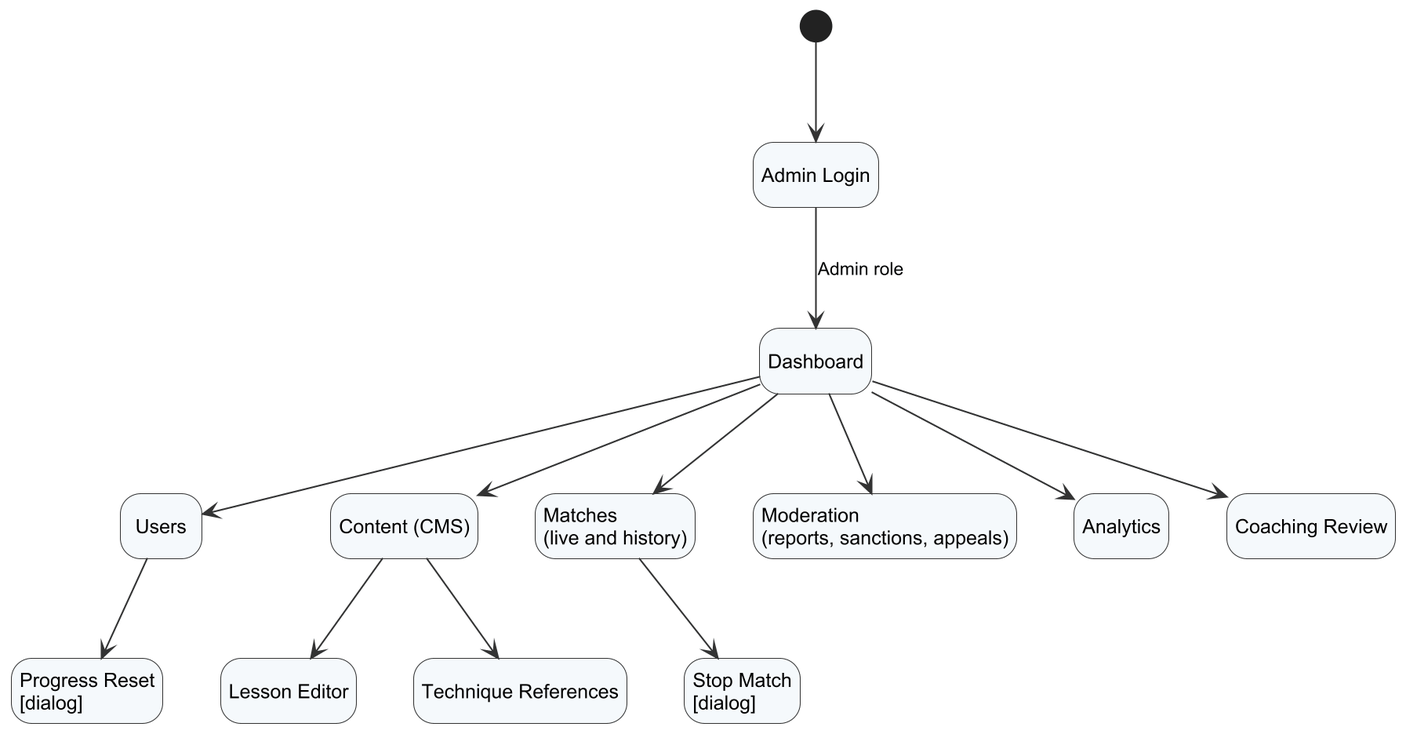
Above: Doc/Project_report/Report/diagrams/png/r3_screenflow_admin.png in Tad-Min/PickleVerse (PlantUML), before the change. The source it was exported from:
```plantuml
@startuml r3_screenflow_admin
!include _style.iuml
hide empty description
state "Admin Login" as Login
state "Dashboard" as Dash
state "Users" as Users
state "Progress Reset\n[dialog]" as Reset
state "Content (CMS)" as CMS
state "Lesson Editor" as Lesson
state "Technique References" as Refs
state "Matches\n(live and history)" as Matches
state "Stop Match\n[dialog]" as Stop
state "Moderation\n(reports, sanctions, appeals)" as Mod
state "Analytics" as Analytics
state "Coaching Review" as Coach
[*] --> Login
Login --> Dash : Admin role
Dash --> Users
Users --> Reset
Dash --> CMS
CMS --> Lesson
CMS --> Refs
Dash --> Matches
Matches --> Stop
Dash --> Mod
Dash --> Analytics
Dash --> Coach
@enduml
```
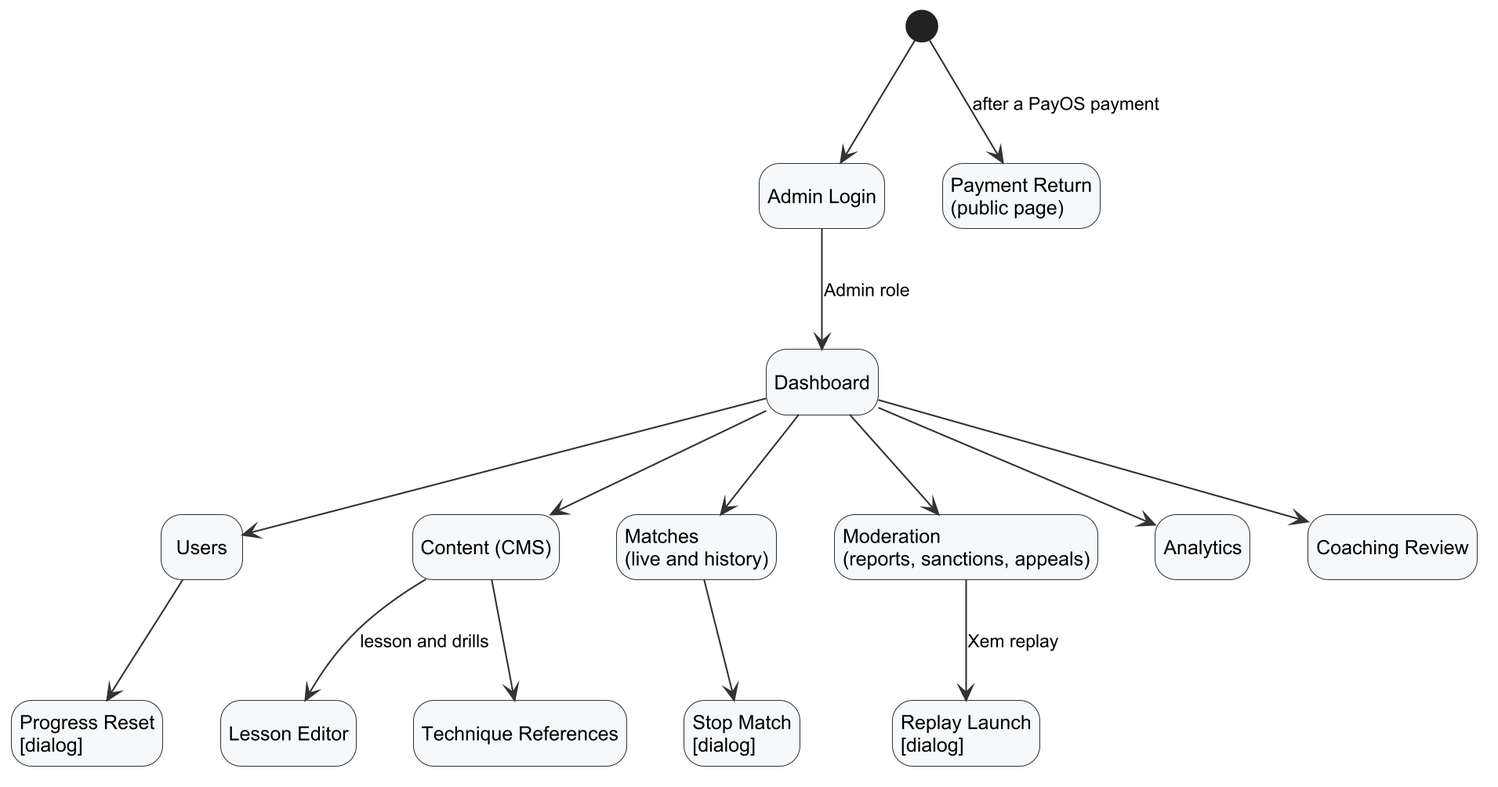
Above is the later version.

What changed in the source:
```diff
@@ -13,16 +13,20 @@
 state "Moderation\n(reports, sanctions, appeals)" as Mod
 state "Analytics" as Analytics
 state "Coaching Review" as Coach
+state "Replay Launch\n[dialog]" as Launch
+state "Payment Return\n(public page)" as PayRet
 [*] --> Login
+[*] --> PayRet : after a PayOS payment
 Login --> Dash : Admin role
 Dash --> Users
 Users --> Reset
 Dash --> CMS
-CMS --> Lesson
+CMS --> Lesson : lesson and drills
 CMS --> Refs
 Dash --> Matches
 Matches --> Stop
 Dash --> Mod
+Mod --> Launch : Xem replay
 Dash --> Analytics
 Dash --> Coach
 @enduml
```
